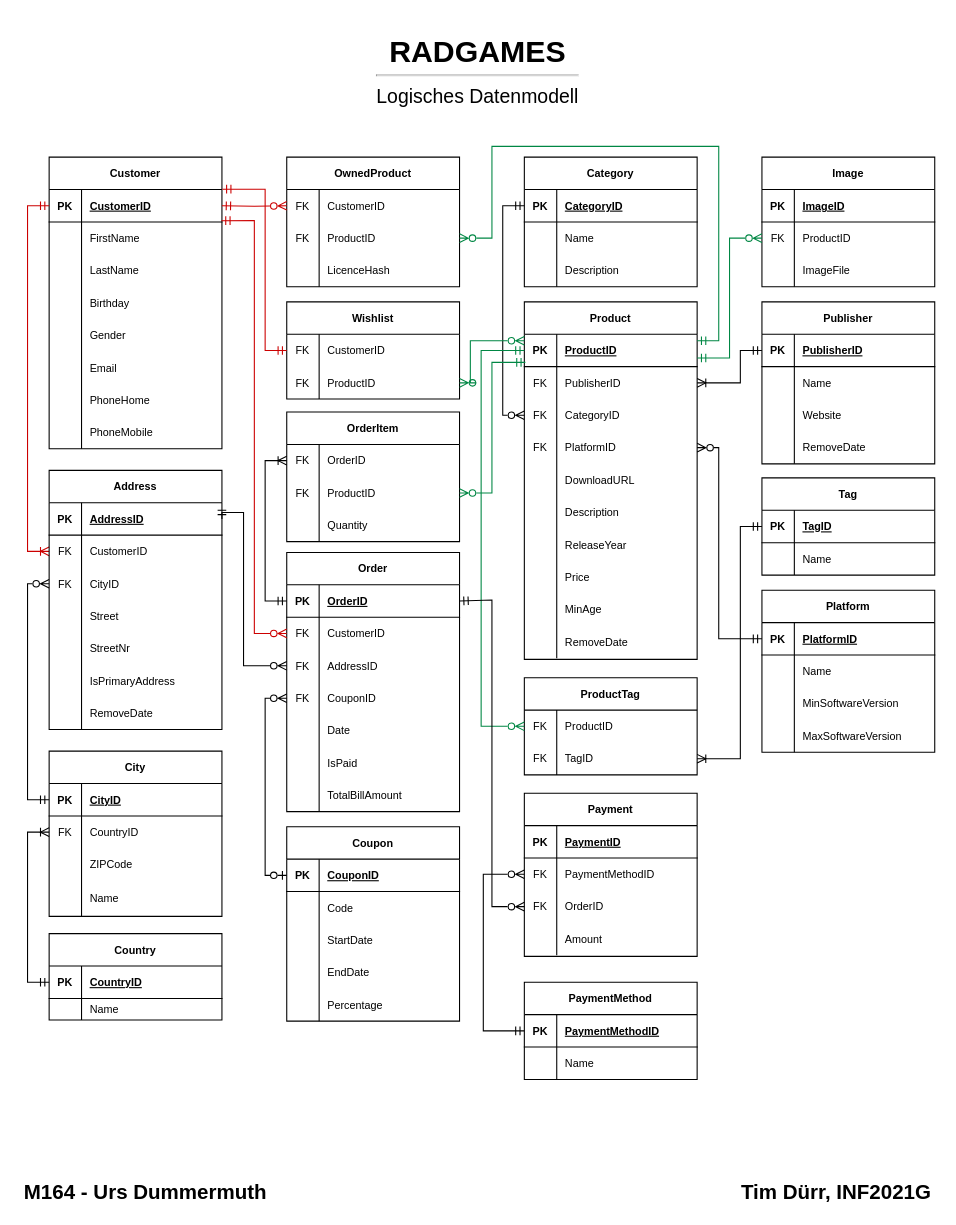
The draw.io diagram page "Logisch" (2 of 3) of Konzepte/Datenmodell.drawio in TD99/gibb-m164, before the edit. Source tidied: cells renumbered, new cells numbered last; positions are measured from the earlier drawing's top-left corner, leaving out a move shared by most shapes. Both pictures are drawn from the tidied source at 108%, with x=0, y=0 at pixel (18, 29).
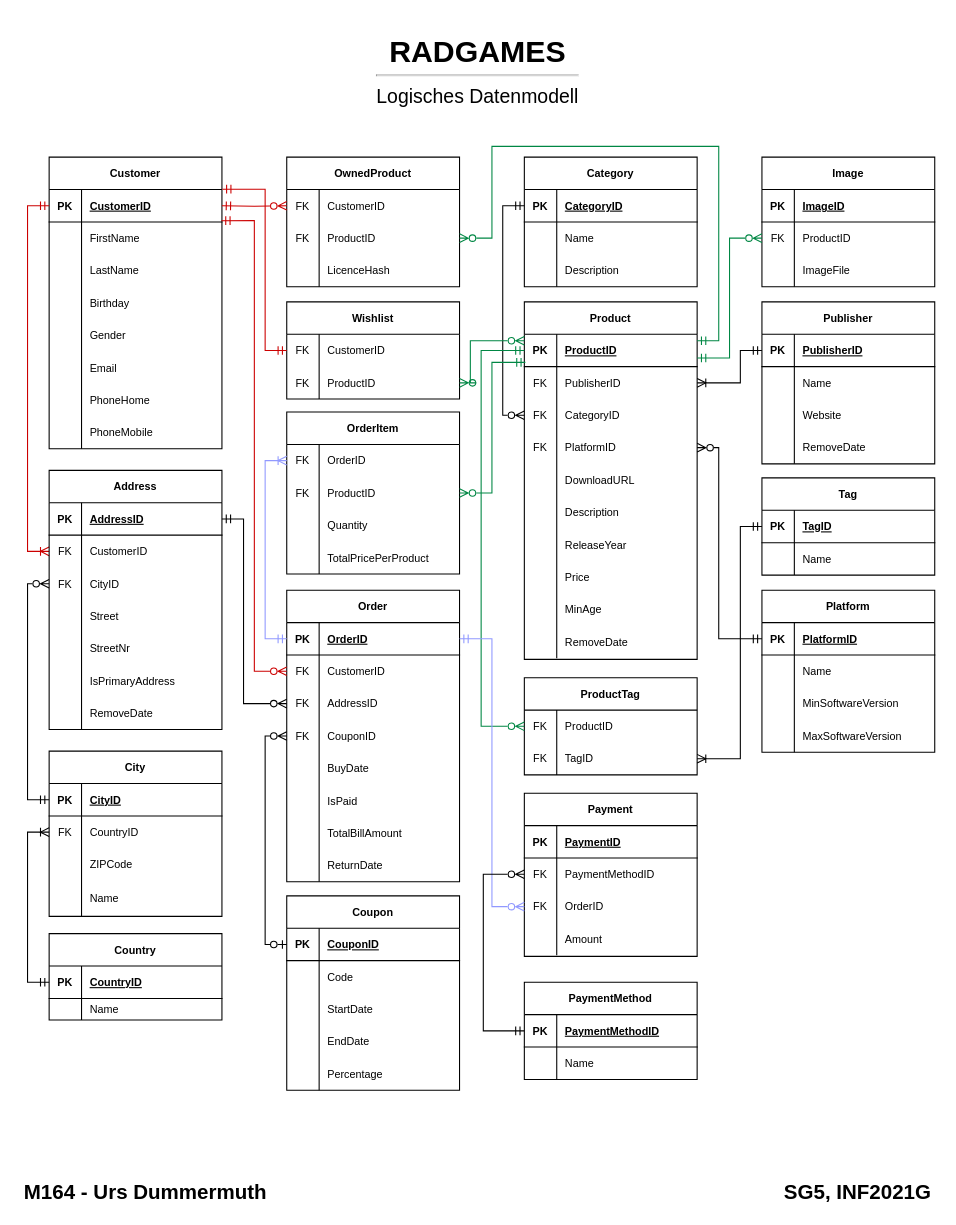
Above is the later version.

Unchanged cells that the change refers to:
```xml
<mxCell id="5" style="shape=tableRow;horizontal=0;startSize=0;swimlaneHead=0;swimlaneBody=0;fillColor=none;points=[[0,0.5],[1,0.5]];portConstraint=eastwest;top=0;left=0;right=0;bottom=1;" parent="4" vertex="1">
  <mxGeometry y="30" width="160" height="30" as="geometry" />
</mxCell>
<mxCell id="31" style="shape=tableRow;horizontal=0;startSize=0;swimlaneHead=0;swimlaneBody=0;fillColor=none;points=[[0,0.5],[1,0.5]];portConstraint=eastwest;top=0;left=0;right=0;bottom=1;fontSize=10;" parent="30" vertex="1">
  <mxGeometry y="30" width="160" height="30" as="geometry" />
</mxCell>
<mxCell id="80" style="shape=tableRow;horizontal=0;startSize=0;swimlaneHead=0;swimlaneBody=0;fillColor=none;points=[[0,0.5],[1,0.5]];portConstraint=eastwest;top=0;left=0;right=0;bottom=0;fontSize=10;" parent="79" vertex="1">
  <mxGeometry y="30" width="160" height="30" as="geometry" />
</mxCell>
<mxCell id="90" style="shape=tableRow;horizontal=0;startSize=0;swimlaneHead=0;swimlaneBody=0;fillColor=none;points=[[0,0.5],[1,0.5]];portConstraint=eastwest;top=0;left=0;right=0;bottom=1;fontSize=10;" parent="89" vertex="1">
  <mxGeometry y="30" width="160" height="30" as="geometry" />
</mxCell>
<mxCell id="93" style="shape=tableRow;horizontal=0;startSize=0;swimlaneHead=0;swimlaneBody=0;fillColor=none;points=[[0,0.5],[1,0.5]];portConstraint=eastwest;top=0;left=0;right=0;bottom=0;fontSize=10;" parent="89" vertex="1">
  <mxGeometry y="60" width="160" height="30" as="geometry" />
</mxCell>
<mxCell id="96" style="shape=tableRow;horizontal=0;startSize=0;swimlaneHead=0;swimlaneBody=0;fillColor=none;points=[[0,0.5],[1,0.5]];portConstraint=eastwest;top=0;left=0;right=0;bottom=0;fontSize=10;" parent="89" vertex="1">
  <mxGeometry y="90" width="160" height="30" as="geometry" />
</mxCell>
<mxCell id="102" style="shape=tableRow;horizontal=0;startSize=0;swimlaneHead=0;swimlaneBody=0;fillColor=none;top=0;left=0;right=0;bottom=0;fontSize=10;" parent="89" vertex="1">
  <mxGeometry y="150" width="160" height="30" as="geometry" />
</mxCell>
<mxCell id="202" style="shape=tableRow;horizontal=0;startSize=0;swimlaneHead=0;swimlaneBody=0;fillColor=none;points=[[0,0.5],[1,0.5]];portConstraint=eastwest;top=0;left=0;right=0;bottom=0;fontSize=10;" parent="195" vertex="1">
  <mxGeometry y="90" width="160" height="30" as="geometry" />
</mxCell>
```

Change to the diagram source:
```diff
@@
-    <mxCell id="3" value="&lt;h1 style=&quot;font-size: 19px; line-height: 1.5;&quot;&gt;Tim Dürr, INF2021G&lt;/h1&gt;" style="text;html=1;strokeColor=none;fillColor=none;spacing=5;spacingTop=-20;whiteSpace=wrap;overflow=hidden;rounded=0;align=right;fontSize=19;fontFamily=Helvetica;fontStyle=0;" parent="1" vertex="1">
+    <mxCell id="3" value="&lt;h1 style=&quot;font-size: 19px ; line-height: 1.5&quot;&gt;SG5, INF2021G&lt;/h1&gt;" style="text;html=1;strokeColor=none;fillColor=none;spacing=5;spacingTop=-20;whiteSpace=wrap;overflow=hidden;rounded=0;align=right;fontSize=19;fontFamily=Helvetica;fontStyle=0;" parent="1" vertex="1">
       <mxGeometry x="640" y="1060" width="210" height="30" as="geometry" />
     </mxCell>
@@
     <mxCell id="79" value="OrderItem" style="shape=table;startSize=30;childLayout=tableLayout;rowLines=0;fontStyle=1;align=center;fontSize=10;" parent="1" vertex="1">
-      <mxGeometry x="248" y="354" width="160" height="120" as="geometry" />
+      <mxGeometry x="248" y="354" width="160" height="150" as="geometry" />
     </mxCell>
@@
+    <mxCell id="268" style="shape=tableRow;horizontal=0;startSize=0;swimlaneHead=0;swimlaneBody=0;fillColor=none;top=0;left=0;right=0;bottom=0;fontSize=10;" parent="79" vertex="1">
+      <mxGeometry y="120" width="160" height="30" as="geometry" />
+    </mxCell>
+    <mxCell id="269" style="shape=partialRectangle;fillColor=none;top=0;left=0;bottom=0;right=0;overflow=hidden;fontSize=10;" parent="268" vertex="1">
+      <mxGeometry width="30" height="30" as="geometry" />
+    </mxCell>
+    <mxCell id="270" value="TotalPricePerProduct" style="shape=partialRectangle;fillColor=none;top=0;left=0;bottom=0;right=0;align=left;spacingLeft=6;overflow=hidden;fontSize=10;" parent="268" vertex="1">
+      <mxGeometry x="30" width="130" height="30" as="geometry" />
+    </mxCell>
     <mxCell id="89" value="Order" style="shape=table;startSize=30;childLayout=tableLayout;rowLines=0;fontStyle=1;align=center;fontSize=10;" parent="1" vertex="1">
-      <mxGeometry x="248" y="484" width="160" height="240" as="geometry" />
+      <mxGeometry x="248" y="519" width="160" height="270" as="geometry" />
     </mxCell>
@@
-    <mxCell id="104" value="Date" style="shape=partialRectangle;fillColor=none;top=0;left=0;bottom=0;right=0;align=left;spacingLeft=6;overflow=hidden;fontSize=10;" parent="102" vertex="1">
+    <mxCell id="104" value="BuyDate" style="shape=partialRectangle;fillColor=none;top=0;left=0;bottom=0;right=0;align=left;spacingLeft=6;overflow=hidden;fontSize=10;" parent="102" vertex="1">
       <mxGeometry x="30" width="130" height="30" as="geometry" />
     </mxCell>
@@
+    <mxCell id="271" style="shape=tableRow;horizontal=0;startSize=0;swimlaneHead=0;swimlaneBody=0;fillColor=none;top=0;left=0;right=0;bottom=0;fontSize=10;" parent="89" vertex="1">
+      <mxGeometry y="240" width="160" height="30" as="geometry" />
+    </mxCell>
+    <mxCell id="272" style="shape=partialRectangle;fillColor=none;top=0;left=0;bottom=0;right=0;overflow=hidden;fontSize=10;" parent="271" vertex="1">
+      <mxGeometry width="30" height="30" as="geometry" />
+    </mxCell>
+    <mxCell id="273" value="ReturnDate" style="shape=partialRectangle;fillColor=none;top=0;left=0;bottom=0;right=0;align=left;spacingLeft=6;overflow=hidden;fontSize=10;" parent="271" vertex="1">
+      <mxGeometry x="30" width="130" height="30" as="geometry" />
+    </mxCell>
-    <mxCell id="111" style="edgeStyle=orthogonalEdgeStyle;rounded=0;jettySize=auto;html=1;entryX=0;entryY=0.5;entryDx=0;entryDy=0;startArrow=ERoneToMany;startFill=0;endArrow=ERmandOne;endFill=0;exitX=0;exitY=0.5;exitDx=0;exitDy=0;" parent="1" edge="1" source="80" target="90">
+    <mxCell id="111" style="edgeStyle=orthogonalEdgeStyle;rounded=0;jettySize=auto;html=1;entryX=0;entryY=0.5;entryDx=0;entryDy=0;startArrow=ERoneToMany;startFill=0;endArrow=ERmandOne;endFill=0;exitX=0;exitY=0.5;exitDx=0;exitDy=0;strokeColor=#9199FF;" parent="1" edge="1" source="80" target="90">
       <mxGeometry relative="1" as="geometry" />
     </mxCell>
     <mxCell id="112" style="edgeStyle=orthogonalEdgeStyle;rounded=0;jettySize=auto;html=1;startArrow=ERzeroToMany;startFill=0;endArrow=ERmandOne;endFill=0;fontColor=default;labelBackgroundColor=default;strokeColor=#CC0000;entryX=0.997;entryY=0.961;entryDx=0;entryDy=0;entryPerimeter=0;exitX=0;exitY=0.5;exitDx=0;exitDy=0;" parent="1" edge="1" source="93" target="5">
       <mxGeometry relative="1" as="geometry">
         <Array as="points">
-          <mxPoint x="218" y="559" />
+          <mxPoint x="218" y="594" />
           <mxPoint x="218" y="177" />
         </Array>
       </mxGeometry>
     </mxCell>
     <mxCell id="113" style="edgeStyle=orthogonalEdgeStyle;rounded=0;jettySize=auto;html=1;exitX=0;exitY=0.5;exitDx=0;exitDy=0;entryX=1;entryY=0.5;entryDx=0;entryDy=0;startArrow=ERzeroToMany;startFill=0;endArrow=ERmandOne;endFill=0;" parent="1" edge="1" source="96" target="31">
       <mxGeometry relative="1" as="geometry">
         <Array as="points">
-          <mxPoint x="208" y="589" />
-          <mxPoint x="208" y="447" />
+          <mxPoint x="208" y="624" />
+          <mxPoint x="208" y="453" />
         </Array>
       </mxGeometry>
     </mxCell>
     <mxCell id="114" value="Coupon" style="shape=table;startSize=30;childLayout=tableLayout;rowLines=0;fontStyle=1;align=center;fontSize=10;" parent="1" vertex="1">
-      <mxGeometry x="248" y="738" width="160" height="180" as="geometry" />
+      <mxGeometry x="248" y="802" width="160" height="180" as="geometry" />
     </mxCell>
@@
-    <mxCell id="218" style="edgeStyle=orthogonalEdgeStyle;rounded=0;jettySize=auto;html=1;entryX=1;entryY=0.5;entryDx=0;entryDy=0;startArrow=ERzeroToMany;startFill=0;endArrow=ERmandOne;endFill=0;exitX=0;exitY=0.5;exitDx=0;exitDy=0;" parent="1" edge="1" source="202" target="90">
+    <mxCell id="218" style="edgeStyle=orthogonalEdgeStyle;rounded=0;jettySize=auto;html=1;entryX=1;entryY=0.5;entryDx=0;entryDy=0;startArrow=ERzeroToMany;startFill=0;endArrow=ERmandOne;endFill=0;exitX=0;exitY=0.5;exitDx=0;exitDy=0;strokeColor=#9199FF;" parent="1" edge="1" source="202" target="90">
       <mxGeometry relative="1" as="geometry">
         <Array as="points">
           <mxPoint x="438" y="812" />
-          <mxPoint x="438" y="528" />
+          <mxPoint x="438" y="564" />
         </Array>
       </mxGeometry>
     </mxCell>
```
